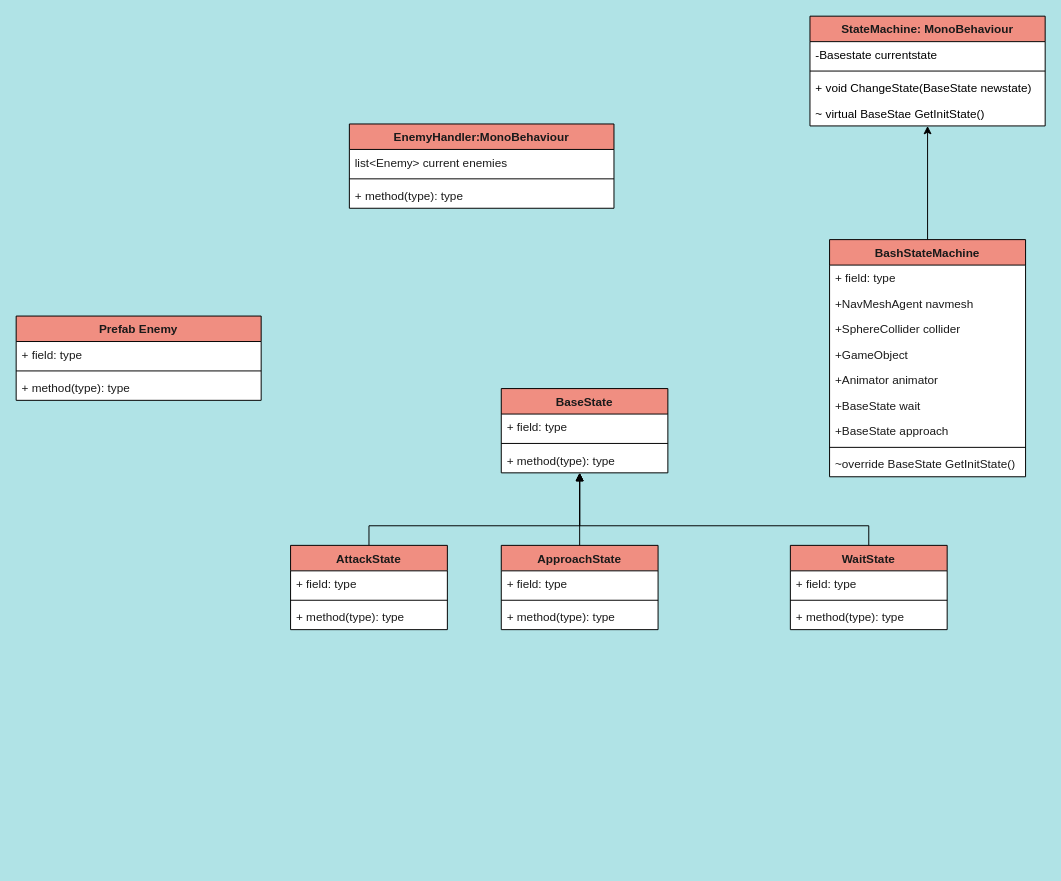
Above: page "Enemy stuff" (1 of 4) of Boomstriction.drawio in Justice-Tei21/Unity-Scripts (draw.io), before the change. Source tidied: cells renumbered, new cells numbered last; positions are measured from the earlier drawing's top-left corner, leaving out a move shared by most shapes. Both pictures are drawn from the tidied source at 98%, with x=0, y=0 at pixel (16, 16).
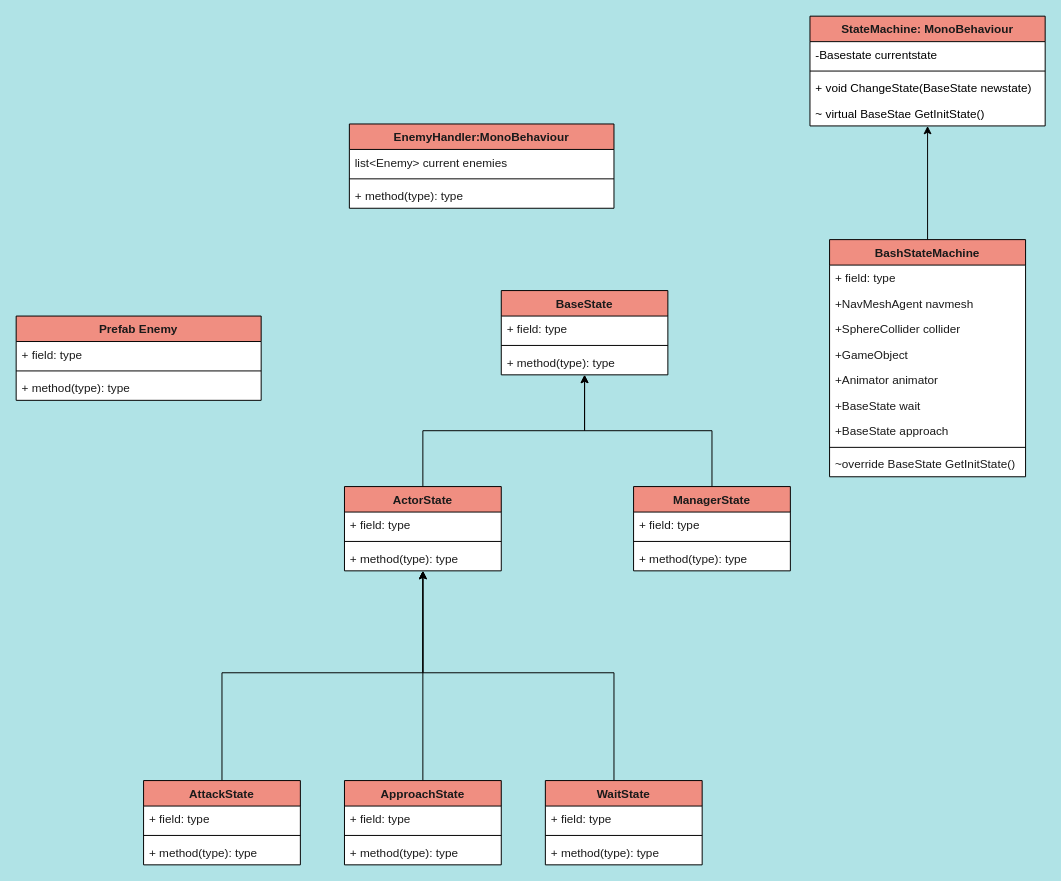
After the change.

The edit, as a diff of the source:
```diff
@@
     <mxCell id="21" value="BaseState" style="swimlane;fontStyle=1;align=center;verticalAlign=top;horizontal=1;startSize=26;rounded=0;strokeColor=default;fontFamily=Helvetica;fontSize=12;fontColor=#1A1A1A;fillColor=#F08E81;swimlaneFillColor=default;" parent="1" vertex="1">
-      <mxGeometry x="495" y="380" width="170" height="86" as="geometry" />
+      <mxGeometry x="495" y="280" width="170" height="86" as="geometry" />
     </mxCell>
@@
-    <mxCell id="25" style="edgeStyle=orthogonalEdgeStyle;rounded=0;jumpSize=6;jettySize=auto;html=1;strokeWidth=1;fontFamily=Helvetica;fontSize=12;fontColor=#1A1A1A;endArrow=block;endFill=1;startSize=26;" parent="1" edge="1" source="26" target="21">
-      <mxGeometry relative="1" as="geometry">
-        <Array as="points">
-          <mxPoint x="360" y="520" />
-          <mxPoint x="575" y="520" />
-        </Array>
-      </mxGeometry>
-    </mxCell>
+    <mxCell id="45" style="edgeStyle=orthogonalEdgeStyle;rounded=0;jettySize=auto;html=1;fontFamily=Helvetica;fontSize=12;fontColor=#1A1A1A;startSize=26;" parent="1" edge="1" source="26" target="49">
+      <mxGeometry relative="1" as="geometry">
+        <Array as="points">
+          <mxPoint x="210" y="670" />
+          <mxPoint x="415" y="670" />
+        </Array>
+      </mxGeometry>
+    </mxCell>
     <mxCell id="26" value="AttackState" style="swimlane;fontStyle=1;align=center;verticalAlign=top;horizontal=1;startSize=26;rounded=0;strokeColor=default;fontFamily=Helvetica;fontSize=12;fontColor=#1A1A1A;fillColor=#F08E81;swimlaneFillColor=default;" parent="1" vertex="1">
-      <mxGeometry x="280" y="540" width="160" height="86" as="geometry" />
+      <mxGeometry x="130" y="780" width="160" height="86" as="geometry" />
     </mxCell>
@@
-    <mxCell id="30" style="edgeStyle=orthogonalEdgeStyle;rounded=0;jumpSize=6;jettySize=auto;html=1;strokeWidth=1;fontFamily=Helvetica;fontSize=12;fontColor=#1A1A1A;endArrow=block;endFill=1;startSize=26;" parent="1" edge="1" source="31" target="21">
-      <mxGeometry relative="1" as="geometry">
-        <Array as="points">
-          <mxPoint x="575" y="490" />
-          <mxPoint x="575" y="490" />
-        </Array>
-      </mxGeometry>
-    </mxCell>
+    <mxCell id="46" style="edgeStyle=orthogonalEdgeStyle;rounded=0;jettySize=auto;html=1;fontFamily=Helvetica;fontSize=12;fontColor=#1A1A1A;startSize=26;" parent="1" edge="1" source="31" target="49">
+      <mxGeometry relative="1" as="geometry" />
+    </mxCell>
     <mxCell id="31" value="ApproachState" style="swimlane;fontStyle=1;align=center;verticalAlign=top;horizontal=1;startSize=26;rounded=0;strokeColor=default;fontFamily=Helvetica;fontSize=12;fontColor=#1A1A1A;fillColor=#F08E81;swimlaneFillColor=default;" parent="1" vertex="1">
-      <mxGeometry x="495" y="540" width="160" height="86" as="geometry" />
+      <mxGeometry x="335" y="780" width="160" height="86" as="geometry" />
     </mxCell>
@@
-    <mxCell id="35" style="edgeStyle=orthogonalEdgeStyle;rounded=0;jumpSize=6;jettySize=auto;html=1;strokeWidth=1;fontFamily=Helvetica;fontSize=12;fontColor=#1A1A1A;endArrow=block;endFill=1;startSize=26;" parent="1" edge="1" source="36" target="21">
-      <mxGeometry relative="1" as="geometry">
-        <Array as="points">
-          <mxPoint x="870" y="520" />
-          <mxPoint x="575" y="520" />
-        </Array>
-      </mxGeometry>
-    </mxCell>
+    <mxCell id="47" style="edgeStyle=orthogonalEdgeStyle;rounded=0;jettySize=auto;html=1;fontFamily=Helvetica;fontSize=12;fontColor=#1A1A1A;startSize=26;" parent="1" edge="1" source="36" target="49">
+      <mxGeometry relative="1" as="geometry">
+        <Array as="points">
+          <mxPoint x="610" y="670" />
+          <mxPoint x="415" y="670" />
+        </Array>
+      </mxGeometry>
+    </mxCell>
     <mxCell id="36" value="WaitState" style="swimlane;fontStyle=1;align=center;verticalAlign=top;horizontal=1;startSize=26;rounded=0;strokeColor=default;fontFamily=Helvetica;fontSize=12;fontColor=#1A1A1A;fillColor=#F08E81;swimlaneFillColor=default;" parent="1" vertex="1">
-      <mxGeometry x="790" y="540" width="160" height="86" as="geometry" />
+      <mxGeometry x="540" y="780" width="160" height="86" as="geometry" />
     </mxCell>
@@
+    <mxCell id="48" style="edgeStyle=orthogonalEdgeStyle;rounded=0;jettySize=auto;html=1;fontFamily=Helvetica;fontSize=12;fontColor=#1A1A1A;startSize=26;" parent="1" edge="1" source="49" target="21">
+      <mxGeometry relative="1" as="geometry" />
+    </mxCell>
+    <mxCell id="49" value="ActorState" style="swimlane;fontStyle=1;align=center;verticalAlign=top;horizontal=1;startSize=26;rounded=0;strokeColor=default;fontFamily=Helvetica;fontSize=12;fontColor=#1A1A1A;fillColor=#F08E81;swimlaneFillColor=default;" parent="1" vertex="1">
+      <mxGeometry x="335" y="480" width="160" height="86" as="geometry" />
+    </mxCell>
+    <mxCell id="50" value="+ field: type" style="text;strokeColor=none;fillColor=none;align=left;verticalAlign=top;spacingLeft=4;spacingRight=4;overflow=hidden;fontSize=12;fontFamily=Helvetica;fontColor=#1A1A1A;" parent="49" vertex="1">
+      <mxGeometry y="26" width="160" height="26" as="geometry" />
+    </mxCell>
+    <mxCell id="51" style="line;strokeWidth=1;fillColor=none;align=left;verticalAlign=middle;spacingTop=-1;spacingLeft=3;spacingRight=3;labelPosition=right;strokeColor=inherit;rounded=0;fontFamily=Helvetica;fontSize=12;fontColor=#1A1A1A;startSize=26;" parent="49" vertex="1">
+      <mxGeometry y="52" width="160" height="8" as="geometry" />
+    </mxCell>
+    <mxCell id="52" value="+ method(type): type" style="text;strokeColor=none;fillColor=none;align=left;verticalAlign=top;spacingLeft=4;spacingRight=4;overflow=hidden;fontSize=12;fontFamily=Helvetica;fontColor=#1A1A1A;" parent="49" vertex="1">
+      <mxGeometry y="60" width="160" height="26" as="geometry" />
+    </mxCell>
+    <mxCell id="53" style="edgeStyle=orthogonalEdgeStyle;rounded=0;jettySize=auto;html=1;fontFamily=Helvetica;fontSize=12;fontColor=#1A1A1A;startSize=26;" parent="1" edge="1" source="54" target="21">
+      <mxGeometry relative="1" as="geometry" />
+    </mxCell>
+    <mxCell id="54" value="ManagerState" style="swimlane;fontStyle=1;align=center;verticalAlign=top;horizontal=1;startSize=26;rounded=0;strokeColor=default;fontFamily=Helvetica;fontSize=12;fontColor=#1A1A1A;fillColor=#F08E81;swimlaneFillColor=default;" parent="1" vertex="1">
+      <mxGeometry x="630" y="480" width="160" height="86" as="geometry" />
+    </mxCell>
+    <mxCell id="55" value="+ field: type" style="text;strokeColor=none;fillColor=none;align=left;verticalAlign=top;spacingLeft=4;spacingRight=4;overflow=hidden;fontSize=12;fontFamily=Helvetica;fontColor=#1A1A1A;" parent="54" vertex="1">
+      <mxGeometry y="26" width="160" height="26" as="geometry" />
+    </mxCell>
+    <mxCell id="56" style="line;strokeWidth=1;fillColor=none;align=left;verticalAlign=middle;spacingTop=-1;spacingLeft=3;spacingRight=3;labelPosition=right;strokeColor=inherit;rounded=0;fontFamily=Helvetica;fontSize=12;fontColor=#1A1A1A;startSize=26;" parent="54" vertex="1">
+      <mxGeometry y="52" width="160" height="8" as="geometry" />
+    </mxCell>
+    <mxCell id="57" value="+ method(type): type" style="text;strokeColor=none;fillColor=none;align=left;verticalAlign=top;spacingLeft=4;spacingRight=4;overflow=hidden;fontSize=12;fontFamily=Helvetica;fontColor=#1A1A1A;" parent="54" vertex="1">
+      <mxGeometry y="60" width="160" height="26" as="geometry" />
+    </mxCell>
```
